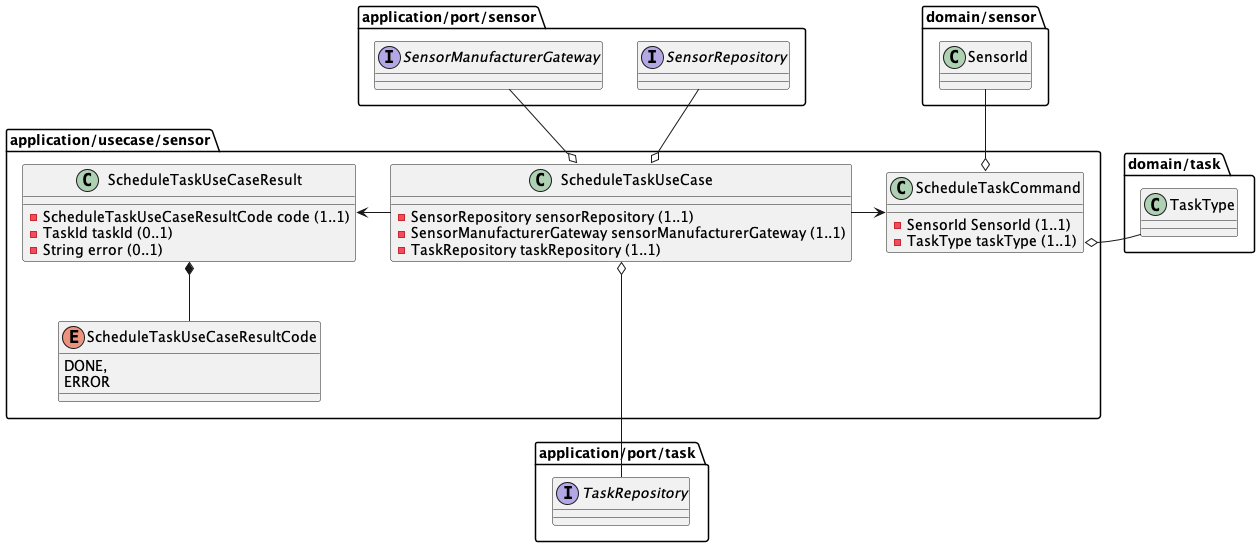
Above: docs/images/ClassDiagramScheduleTask.png in AboutCodingBE/validation-excercise (PlantUML), before the change. Source of this version:
```plantuml
@startuml

package application/usecase/sensor {
  class ScheduleTaskCommand {
    -SensorId SensorId (1..1)
    -TaskType taskType (1..1)
  }

  class ScheduleTaskUseCase {
    -SensorRepository sensorRepository (1..1)
    -SensorManufacturerGateway sensorManufacturerGateway (1..1)
    -TaskRepository taskRepository (1..1)
  }

  class ScheduleTaskUseCaseResult {
    -ScheduleTaskUseCaseResultCode code (1..1)
    -TaskId taskId (0..1)
    -String error (0..1)
  }

  enum ScheduleTaskUseCaseResultCode {
    DONE,
    ERROR
  }

  ScheduleTaskUseCase -right-> ScheduleTaskCommand
  ScheduleTaskUseCase -left-> ScheduleTaskUseCaseResult

  ScheduleTaskUseCaseResult *-down- ScheduleTaskUseCaseResultCode
}

package application/port/sensor {
    interface SensorManufacturerGateway
    interface SensorRepository
}

package application/port/task {
    interface TaskRepository
}

package domain/sensor {
  class SensorId
}

package domain/task {
  class TaskType
}

ScheduleTaskCommand o-up- SensorId
ScheduleTaskCommand o-right- TaskType
ScheduleTaskUseCase o-up- SensorManufacturerGateway
ScheduleTaskUseCase o-up- SensorRepository
ScheduleTaskUseCase o-down-- TaskRepository
@enduml
```
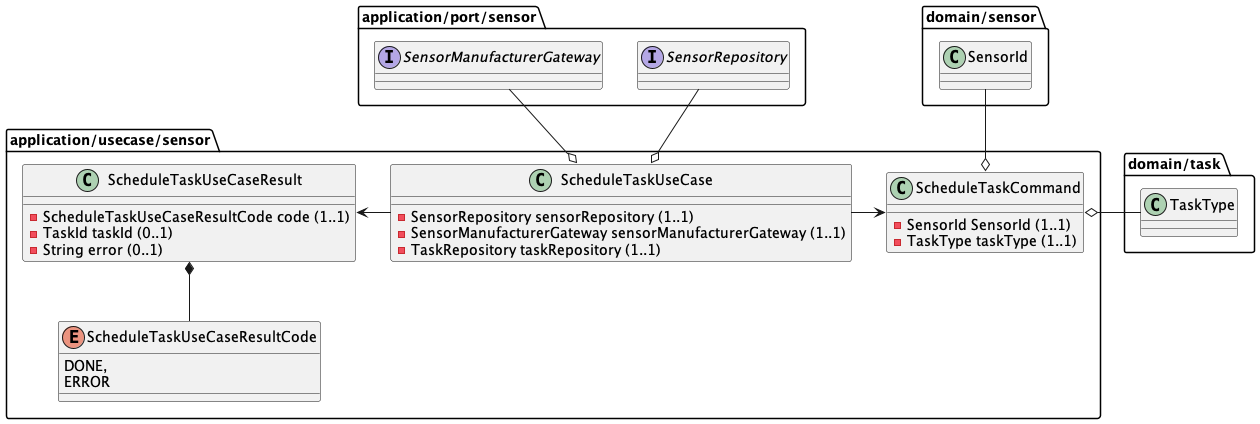
After the commit.

What changed in the source:
```diff
@@ -34,10 +34,6 @@
     interface SensorRepository
 }
 
-package application/port/task {
-    interface TaskRepository
-}
-
 package domain/sensor {
   class SensorId
 }
@@ -50,5 +46,4 @@
 ScheduleTaskCommand o-right- TaskType
 ScheduleTaskUseCase o-up- SensorManufacturerGateway
 ScheduleTaskUseCase o-up- SensorRepository
-ScheduleTaskUseCase o-down-- TaskRepository
 @enduml
```
